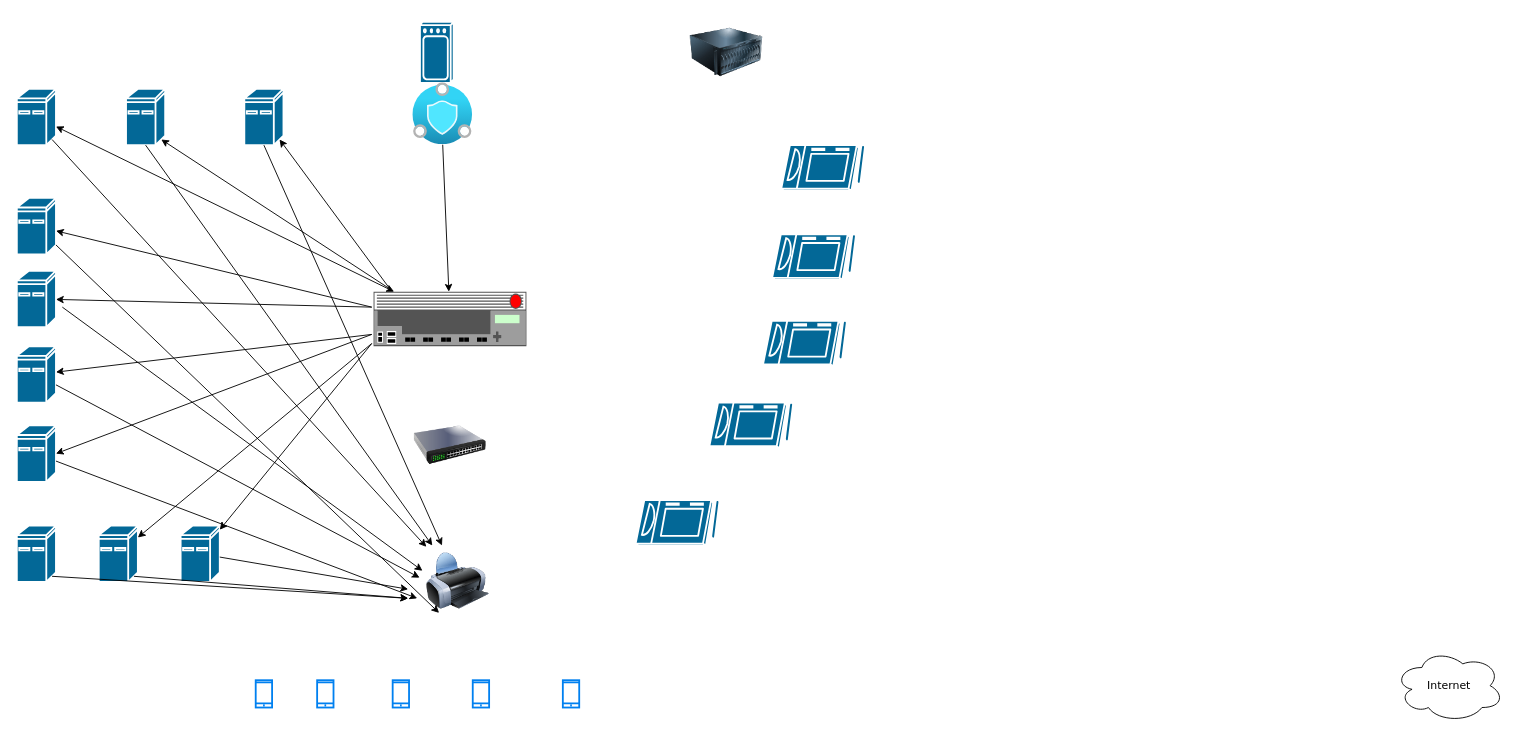
Before: frontend/Diagramme sans nom.drawio in Steph3146/2022-09-JS-TLSE-MakeSense, a draw.io diagram. Source tidied: cells renumbered, new cells numbered last; positions are measured from the earlier drawing's top-left corner, leaving out a move shared by most shapes. Both pictures are drawn from the tidied source at 91%, with x=0, y=0 at pixel (16, 15).
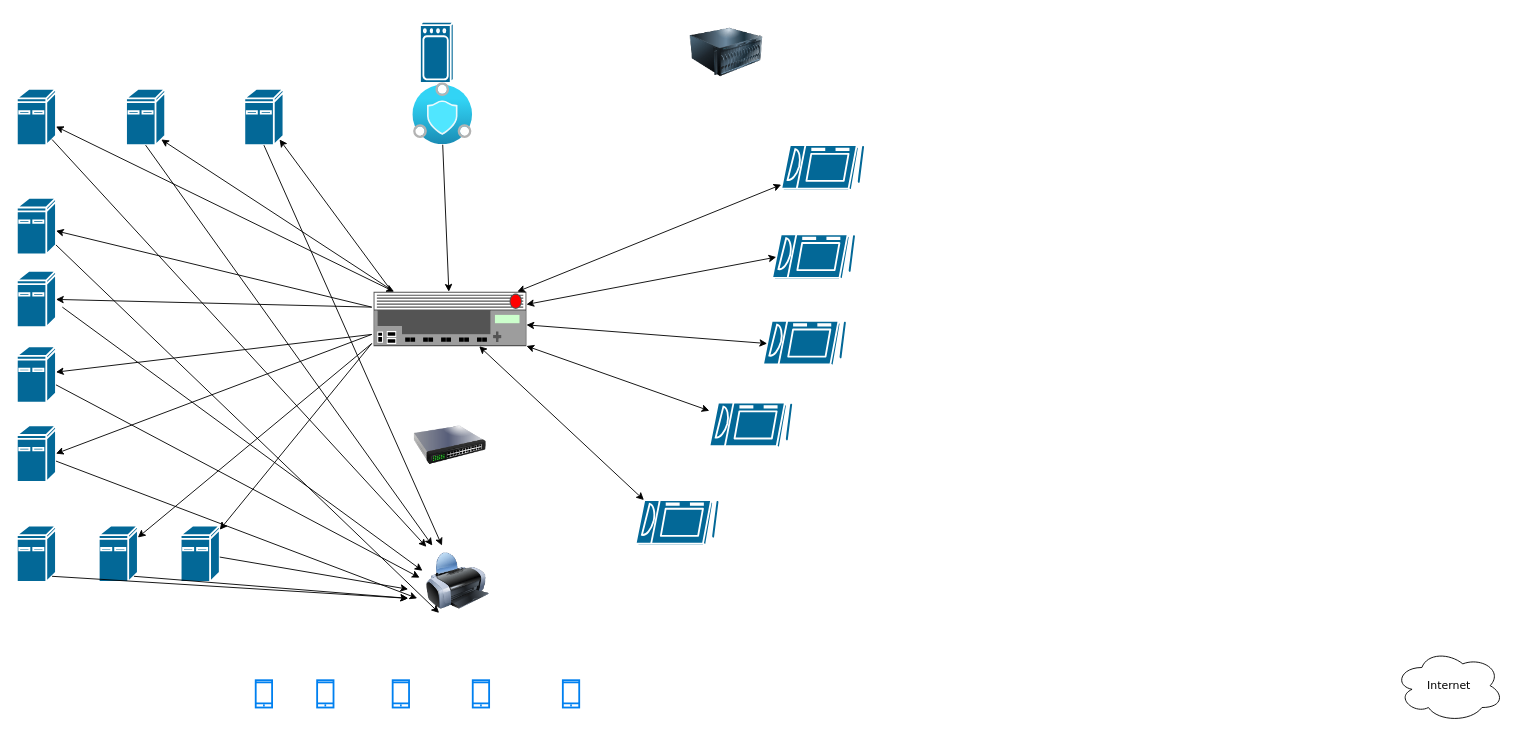
The same diagram, later.

Commit message (it also covers changes not shown here):
Mettre à jour Diagramme sans nom.drawio

Unchanged cells that the change refers to:
```xml
<mxCell id="12" style="shape=mxgraph.cisco.computers_and_peripherals.tablet;sketch=0;html=1;dashed=0;fillColor=#036897;strokeColor=#ffffff;strokeWidth=2;verticalLabelPosition=bottom;verticalAlign=top;align=center;outlineConnect=0;" parent="1" vertex="1">
  <mxGeometry x="820" y="335" width="91" height="50" as="geometry" />
</mxCell>
<mxCell id="13" style="shape=mxgraph.cisco.computers_and_peripherals.tablet;sketch=0;html=1;dashed=0;fillColor=#036897;strokeColor=#ffffff;strokeWidth=2;verticalLabelPosition=bottom;verticalAlign=top;align=center;outlineConnect=0;" parent="1" vertex="1">
  <mxGeometry x="761" y="425" width="91" height="50" as="geometry" />
</mxCell>
<mxCell id="14" style="shape=mxgraph.cisco.computers_and_peripherals.tablet;sketch=0;html=1;dashed=0;fillColor=#036897;strokeColor=#ffffff;strokeWidth=2;verticalLabelPosition=bottom;verticalAlign=top;align=center;outlineConnect=0;" parent="1" vertex="1">
  <mxGeometry x="840" y="142" width="91" height="50" as="geometry" />
</mxCell>
<mxCell id="15" style="shape=mxgraph.cisco.computers_and_peripherals.tablet;sketch=0;html=1;dashed=0;fillColor=#036897;strokeColor=#ffffff;strokeWidth=2;verticalLabelPosition=bottom;verticalAlign=top;align=center;outlineConnect=0;" parent="1" vertex="1">
  <mxGeometry x="830" y="240" width="91" height="50" as="geometry" />
</mxCell>
<mxCell id="16" style="shape=mxgraph.cisco.computers_and_peripherals.tablet;sketch=0;html=1;dashed=0;fillColor=#036897;strokeColor=#ffffff;strokeWidth=2;verticalLabelPosition=bottom;verticalAlign=top;align=center;outlineConnect=0;" parent="1" vertex="1">
  <mxGeometry x="680" y="532" width="91" height="50" as="geometry" />
</mxCell>
<mxCell id="19" style="strokeColor=#666666;html=1;labelPosition=right;align=left;spacingLeft=15;shadow=0;dashed=0;outlineConnect=0;shape=mxgraph.rack.f5.big_ip_110x0;" parent="1" vertex="1">
  <mxGeometry x="392" y="303" width="168" height="60" as="geometry" />
</mxCell>
```

What changed in the source:
```diff
@@
+    <mxCell id="46" style="endArrow=classic;startArrow=classic;html=1;rounded=0;" parent="1" edge="1" source="14" target="19">
+      <mxGeometry relative="1" as="geometry" />
+    </mxCell>
+    <mxCell id="47" style="endArrow=classic;startArrow=classic;html=1;rounded=0;exitX=0.05;exitY=0.5;exitDx=0;exitDy=0;exitPerimeter=0;" parent="1" edge="1" source="15" target="19">
+      <mxGeometry relative="1" as="geometry" />
+    </mxCell>
+    <mxCell id="48" style="endArrow=classic;startArrow=classic;html=1;rounded=0;exitX=0.05;exitY=0.5;exitDx=0;exitDy=0;exitPerimeter=0;" parent="1" edge="1" source="12" target="19">
+      <mxGeometry relative="1" as="geometry" />
+    </mxCell>
+    <mxCell id="49" style="endArrow=classic;startArrow=classic;html=1;rounded=0;" parent="1" edge="1" source="13" target="19">
+      <mxGeometry relative="1" as="geometry" />
+    </mxCell>
+    <mxCell id="50" style="endArrow=classic;startArrow=classic;html=1;rounded=0;exitX=0.1;exitY=0;exitDx=0;exitDy=0;exitPerimeter=0;" parent="1" edge="1" source="16" target="19">
+      <mxGeometry relative="1" as="geometry" />
+    </mxCell>
```
